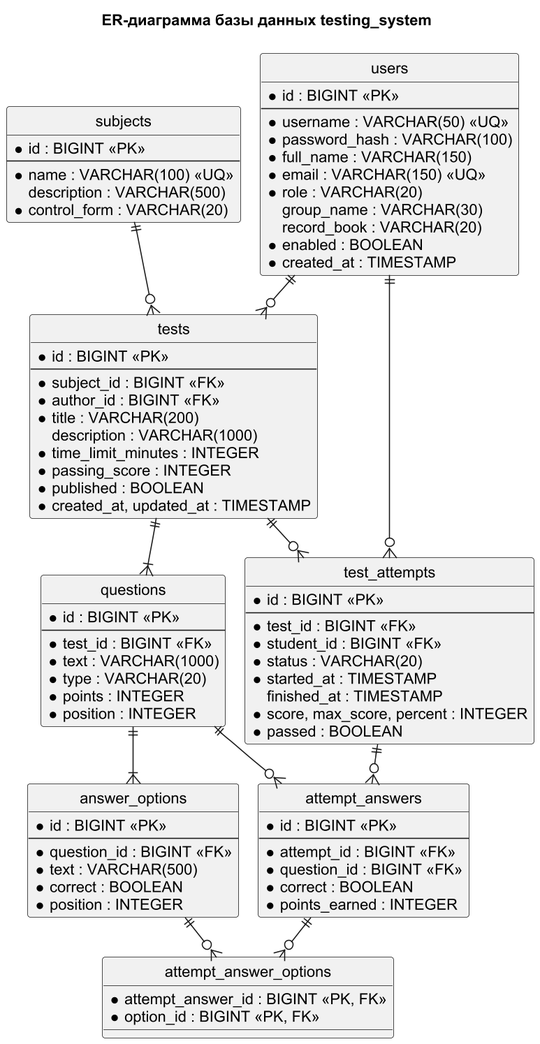
ChibryakovT/student-testing-system keeps this PlantUML diagram as docs/diagrams/er.png. Above is the earlier version.
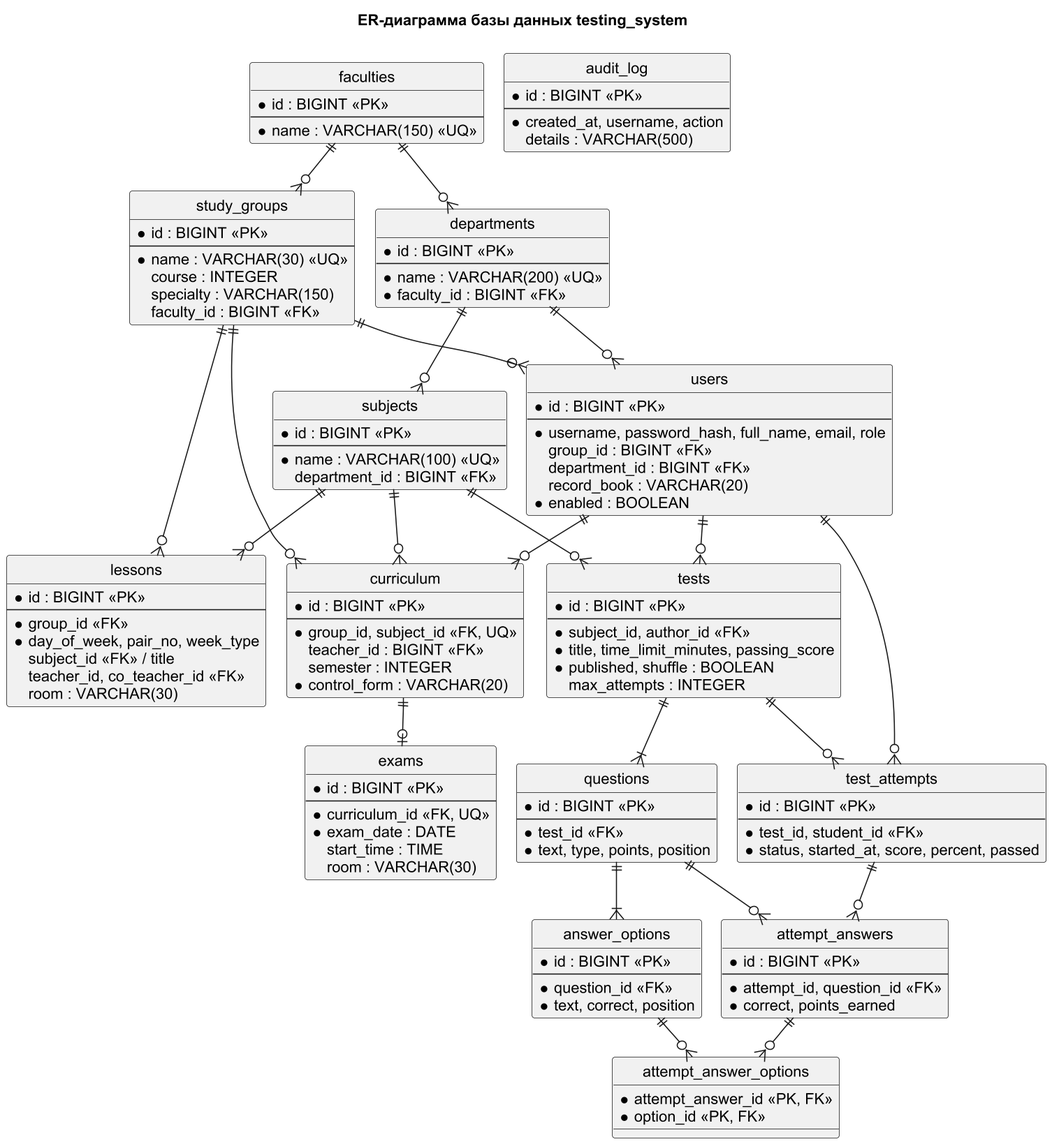
After the commit.

The edit, as a diff of the source:
```diff
@@ -6,85 +6,125 @@
 skinparam linetype ortho
 title ER-диаграмма базы данных testing_system
 
+entity faculties {
+  * id : BIGINT <<PK>>
+  --
+  * name : VARCHAR(150) <<UQ>>
+}
+entity departments {
+  * id : BIGINT <<PK>>
+  --
+  * name : VARCHAR(200) <<UQ>>
+  * faculty_id : BIGINT <<FK>>
+}
+entity study_groups {
+  * id : BIGINT <<PK>>
+  --
+  * name : VARCHAR(30) <<UQ>>
+  course : INTEGER
+  specialty : VARCHAR(150)
+  faculty_id : BIGINT <<FK>>
+}
 entity users {
   * id : BIGINT <<PK>>
   --
-  * username : VARCHAR(50) <<UQ>>
-  * password_hash : VARCHAR(100)
-  * full_name : VARCHAR(150)
-  * email : VARCHAR(150) <<UQ>>
-  * role : VARCHAR(20)
-  group_name : VARCHAR(30)
+  * username, password_hash, full_name, email, role
+  group_id : BIGINT <<FK>>
+  department_id : BIGINT <<FK>>
   record_book : VARCHAR(20)
   * enabled : BOOLEAN
-  * created_at : TIMESTAMP
 }
 entity subjects {
   * id : BIGINT <<PK>>
   --
   * name : VARCHAR(100) <<UQ>>
-  description : VARCHAR(500)
+  department_id : BIGINT <<FK>>
+}
+entity curriculum {
+  * id : BIGINT <<PK>>
+  --
+  * group_id, subject_id <<FK, UQ>>
+  teacher_id : BIGINT <<FK>>
+  semester : INTEGER
   * control_form : VARCHAR(20)
+}
+entity lessons {
+  * id : BIGINT <<PK>>
+  --
+  * group_id <<FK>>
+  * day_of_week, pair_no, week_type
+  subject_id <<FK>> / title
+  teacher_id, co_teacher_id <<FK>>
+  room : VARCHAR(30)
+}
+entity exams {
+  * id : BIGINT <<PK>>
+  --
+  * curriculum_id <<FK, UQ>>
+  * exam_date : DATE
+  start_time : TIME
+  room : VARCHAR(30)
 }
 entity tests {
   * id : BIGINT <<PK>>
   --
-  * subject_id : BIGINT <<FK>>
-  * author_id : BIGINT <<FK>>
-  * title : VARCHAR(200)
-  description : VARCHAR(1000)
-  * time_limit_minutes : INTEGER
-  * passing_score : INTEGER
-  * published : BOOLEAN
-  * created_at, updated_at : TIMESTAMP
+  * subject_id, author_id <<FK>>
+  * title, time_limit_minutes, passing_score
+  * published, shuffle : BOOLEAN
+  max_attempts : INTEGER
 }
 entity questions {
   * id : BIGINT <<PK>>
   --
-  * test_id : BIGINT <<FK>>
-  * text : VARCHAR(1000)
-  * type : VARCHAR(20)
-  * points : INTEGER
-  * position : INTEGER
+  * test_id <<FK>>
+  * text, type, points, position
 }
 entity answer_options {
   * id : BIGINT <<PK>>
   --
-  * question_id : BIGINT <<FK>>
-  * text : VARCHAR(500)
-  * correct : BOOLEAN
-  * position : INTEGER
+  * question_id <<FK>>
+  * text, correct, position
 }
 entity test_attempts {
   * id : BIGINT <<PK>>
   --
-  * test_id : BIGINT <<FK>>
-  * student_id : BIGINT <<FK>>
-  * status : VARCHAR(20)
-  * started_at : TIMESTAMP
-  finished_at : TIMESTAMP
-  * score, max_score, percent : INTEGER
-  * passed : BOOLEAN
+  * test_id, student_id <<FK>>
+  * status, started_at, score, percent, passed
 }
 entity attempt_answers {
   * id : BIGINT <<PK>>
   --
-  * attempt_id : BIGINT <<FK>>
-  * question_id : BIGINT <<FK>>
-  * correct : BOOLEAN
-  * points_earned : INTEGER
+  * attempt_id, question_id <<FK>>
+  * correct, points_earned
 }
 entity attempt_answer_options {
-  * attempt_answer_id : BIGINT <<PK, FK>>
-  * option_id : BIGINT <<PK, FK>>
+  * attempt_answer_id <<PK, FK>>
+  * option_id <<PK, FK>>
+}
+entity audit_log {
+  * id : BIGINT <<PK>>
+  --
+  * created_at, username, action
+  details : VARCHAR(500)
 }
 
+faculties ||--o{ departments
+faculties ||--o{ study_groups
+departments ||--o{ users
+departments ||--o{ subjects
+study_groups ||--o{ users
+study_groups ||--o{ curriculum
+subjects ||--o{ curriculum
+users ||--o{ curriculum
+curriculum ||--o| exams
+study_groups ||--o{ lessons
+subjects ||--o{ lessons
 subjects ||--o{ tests
 users ||--o{ tests
 tests ||--|{ questions
 questions ||--|{ answer_options
+tests ||--o{ test_attempts
 users ||--o{ test_attempts
-tests ||--o{ test_attempts
 test_attempts ||--o{ attempt_answers
 questions ||--o{ attempt_answers
 attempt_answers ||--o{ attempt_answer_options
```
